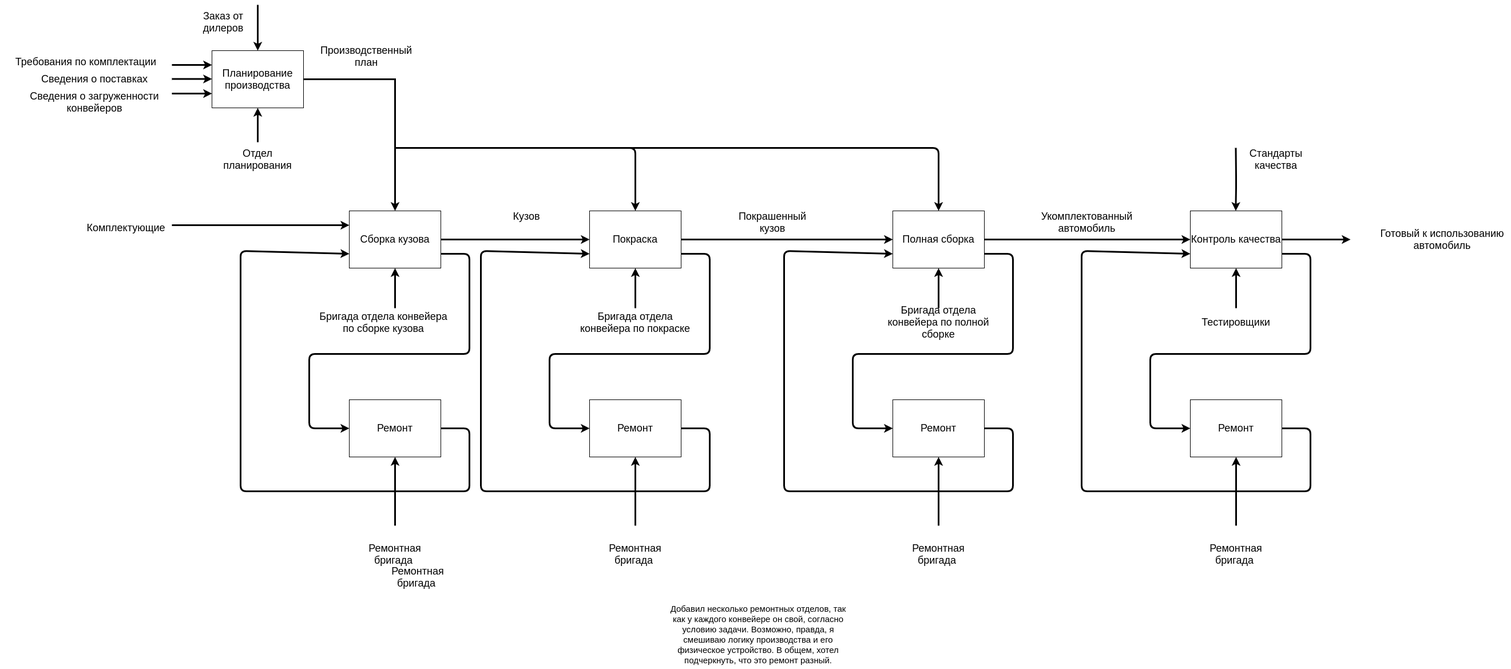
Above: CarFactoryDiagrams/CarFactoryFirstLevelDiagram.png in DimaOrekhov/SoftwareDesignITMO2020 (draw.io), before the change. Source tidied: cells renumbered, new cells last; positions are measured from the earlier drawing's top-left corner, leaving out a move shared by most shapes.
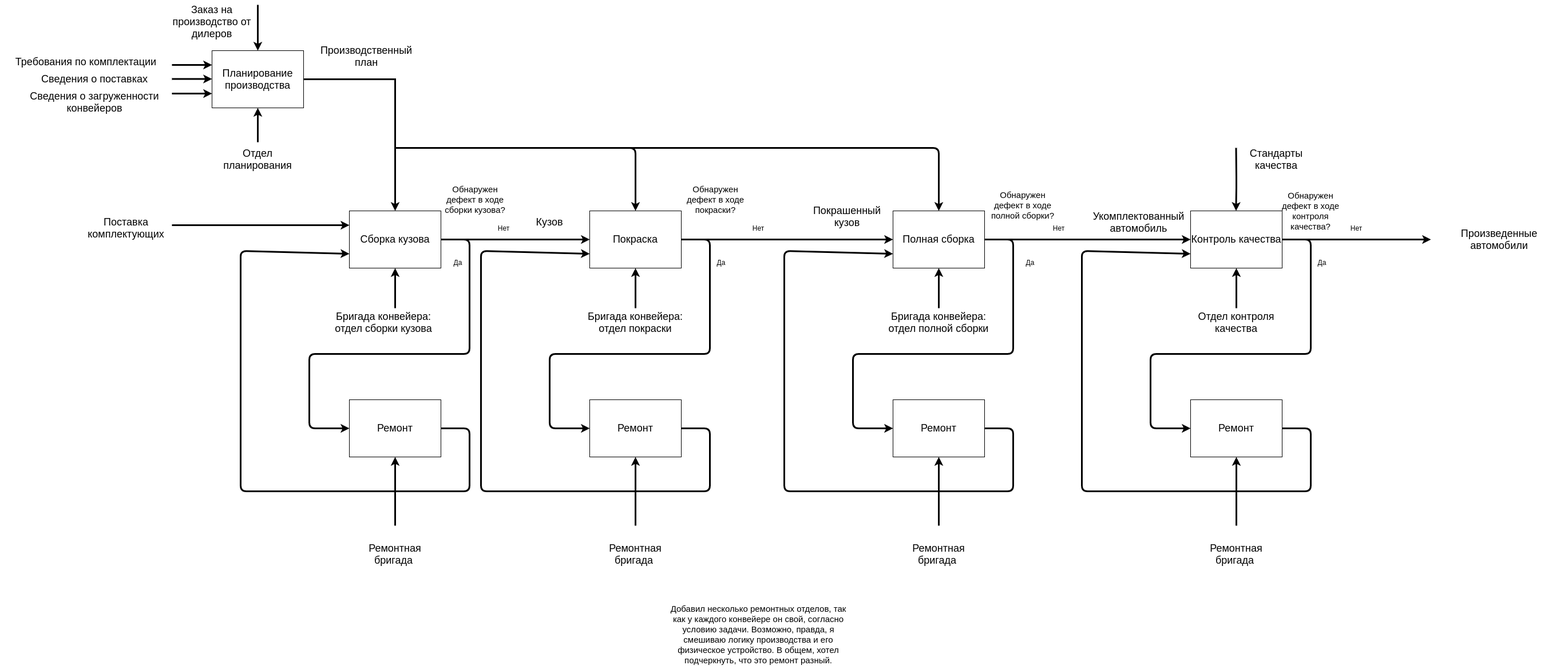
After the commit.

Diff of the diagram source:
```diff
@@ -13,8 +13,8 @@
         <mxPoint x="450" as="sourcePoint" />
       </mxGeometry>
     </mxCell>
-    <mxCell id="5" value="&lt;font style=&quot;font-size: 18px&quot;&gt;Заказ от дилеров&lt;/font&gt;" style="text;html=1;strokeColor=none;fillColor=none;align=center;verticalAlign=middle;whiteSpace=wrap;rounded=0;" parent="1" vertex="1">
-      <mxGeometry x="370" y="20" width="40" height="20" as="geometry" />
+    <mxCell id="5" value="&lt;font style=&quot;font-size: 18px&quot;&gt;Заказ на производство от дилеров&lt;/font&gt;" style="text;html=1;strokeColor=none;fillColor=none;align=center;verticalAlign=middle;whiteSpace=wrap;rounded=0;" parent="1" vertex="1">
+      <mxGeometry x="300" y="20" width="140" height="20" as="geometry" />
     </mxCell>
     <mxCell id="6" style="endArrow=classic;html=1;strokeWidth=3;entryX=0;entryY=0.25;entryDx=0;entryDy=0;" parent="1" edge="1" target="3">
       <mxGeometry relative="1" as="geometry">
@@ -45,10 +45,8 @@
     <mxCell id="14" value="&lt;span style=&quot;font-size: 18px&quot;&gt;Полная сборка&lt;/span&gt;" style="rounded=0;whiteSpace=wrap;html=1;" parent="1" vertex="1">
       <mxGeometry x="1560" y="360" width="160" height="100" as="geometry" />
     </mxCell>
-    <mxCell id="15" style="edgeStyle=orthogonalEdgeStyle;rounded=0;jettySize=auto;html=1;strokeWidth=3;" parent="1" edge="1" source="16">
-      <mxGeometry relative="1" as="geometry">
-        <mxPoint x="2360" y="410" as="targetPoint" />
-      </mxGeometry>
+    <mxCell id="15" style="edgeStyle=orthogonalEdgeStyle;rounded=0;jettySize=auto;html=1;strokeWidth=3;" parent="1" edge="1" source="16" target="30">
+      <mxGeometry relative="1" as="geometry" />
     </mxCell>
     <mxCell id="16" value="&lt;span style=&quot;font-size: 18px&quot;&gt;Контроль качества&lt;/span&gt;" style="rounded=0;whiteSpace=wrap;html=1;" parent="1" vertex="1">
       <mxGeometry x="2080" y="360" width="160" height="100" as="geometry" />
@@ -75,7 +73,7 @@
         <mxPoint x="300" y="385" as="sourcePoint" />
       </mxGeometry>
     </mxCell>
-    <mxCell id="22" value="&lt;font style=&quot;font-size: 18px&quot;&gt;Комплектующие&lt;/font&gt;" style="text;html=1;strokeColor=none;fillColor=none;align=center;verticalAlign=middle;whiteSpace=wrap;rounded=0;" parent="1" vertex="1">
+    <mxCell id="22" value="&lt;font style=&quot;font-size: 18px&quot;&gt;Поставка комплектующих&lt;/font&gt;" style="text;html=1;strokeColor=none;fillColor=none;align=center;verticalAlign=middle;whiteSpace=wrap;rounded=0;" parent="1" vertex="1">
       <mxGeometry x="200" y="380" width="40" height="20" as="geometry" />
     </mxCell>
     <mxCell id="23" value="&lt;font style=&quot;font-size: 18px&quot;&gt;Сведения о поставках&lt;/font&gt;" style="text;html=1;strokeColor=none;fillColor=none;align=center;verticalAlign=middle;whiteSpace=wrap;rounded=0;" parent="1" vertex="1">
@@ -93,7 +91,7 @@
       <mxGeometry x="30" y="160" width="270" height="20" as="geometry" />
     </mxCell>
     <mxCell id="27" value="&lt;font style=&quot;font-size: 18px&quot;&gt;Кузов&lt;/font&gt;" style="text;html=1;strokeColor=none;fillColor=none;align=center;verticalAlign=middle;whiteSpace=wrap;rounded=0;" parent="1" vertex="1">
-      <mxGeometry x="900" y="360" width="40" height="20" as="geometry" />
+      <mxGeometry x="940" y="370" width="40" height="20" as="geometry" />
     </mxCell>
     <mxCell id="28" style="endArrow=classic;html=1;strokeWidth=3;" parent="1" edge="1">
       <mxGeometry relative="1" as="geometry">
@@ -107,16 +105,16 @@
     <mxCell id="29" value="&lt;font style=&quot;font-size: 18px&quot;&gt;Стандарты качества&lt;/font&gt;" style="text;html=1;strokeColor=none;fillColor=none;align=center;verticalAlign=middle;whiteSpace=wrap;rounded=0;" parent="1" vertex="1">
       <mxGeometry x="2210" y="260" width="40" height="20" as="geometry" />
     </mxCell>
-    <mxCell id="30" value="&lt;font style=&quot;font-size: 18px&quot;&gt;Готовый к использованию автомобиль&lt;/font&gt;" style="text;html=1;strokeColor=none;fillColor=none;align=center;verticalAlign=middle;whiteSpace=wrap;rounded=0;" parent="1" vertex="1">
-      <mxGeometry x="2401" y="400" width="239" height="20" as="geometry" />
+    <mxCell id="30" value="&lt;font style=&quot;font-size: 18px&quot;&gt;Произведенные автомобили&lt;/font&gt;" style="text;html=1;strokeColor=none;fillColor=none;align=center;verticalAlign=middle;whiteSpace=wrap;rounded=0;" parent="1" vertex="1">
+      <mxGeometry x="2500" y="400" width="239" height="20" as="geometry" />
     </mxCell>
     <mxCell id="31" value="&lt;font style=&quot;font-size: 18px&quot;&gt;Покрашенный кузов&lt;/font&gt;" style="text;html=1;strokeColor=none;fillColor=none;align=center;verticalAlign=middle;whiteSpace=wrap;rounded=0;" parent="1" vertex="1">
-      <mxGeometry x="1330" y="370" width="40" height="20" as="geometry" />
+      <mxGeometry x="1460" y="360" width="40" height="20" as="geometry" />
     </mxCell>
-    <mxCell id="32" style="endArrow=classic;html=1;strokeWidth=3;exitX=1;exitY=0.75;exitDx=0;exitDy=0;entryX=0;entryY=0.5;entryDx=0;entryDy=0;" parent="1" edge="1" source="9" target="10">
+    <mxCell id="32" style="endArrow=classic;html=1;strokeWidth=3;exitX=1;exitY=0.5;exitDx=0;exitDy=0;entryX=0;entryY=0.5;entryDx=0;entryDy=0;" parent="1" edge="1" source="9" target="10">
       <mxGeometry relative="1" as="geometry">
         <Array as="points">
-          <mxPoint x="820" y="435" />
+          <mxPoint x="820" y="410" />
           <mxPoint x="820" y="610" />
           <mxPoint x="700" y="610" />
           <mxPoint x="540" y="610" />
@@ -147,17 +145,16 @@
         <mxPoint x="690" y="530" as="sourcePoint" />
       </mxGeometry>
     </mxCell>
-    <mxCell id="37" value="&lt;font style=&quot;font-size: 18px&quot;&gt;Бригада отдела конвейера по сборке кузова&lt;/font&gt;" style="text;html=1;strokeColor=none;fillColor=none;align=center;verticalAlign=middle;whiteSpace=wrap;rounded=0;" parent="1" vertex="1">
+    <mxCell id="37" value="&lt;font style=&quot;font-size: 18px&quot;&gt;Бригада конвейера:&lt;br&gt;отдел сборки кузова&lt;/font&gt;" style="text;html=1;strokeColor=none;fillColor=none;align=center;verticalAlign=middle;whiteSpace=wrap;rounded=0;" parent="1" vertex="1">
       <mxGeometry x="550" y="545" width="240" height="20" as="geometry" />
     </mxCell>
     <mxCell id="38" value="&lt;span style=&quot;font-size: 18px&quot;&gt;Ремонт&lt;/span&gt;" style="rounded=0;whiteSpace=wrap;html=1;" parent="1" vertex="1">
       <mxGeometry x="1030" y="690" width="160" height="100" as="geometry" />
     </mxCell>
-    <mxCell id="39" style="endArrow=classic;html=1;strokeWidth=3;exitX=1;exitY=0.75;exitDx=0;exitDy=0;entryX=0;entryY=0.5;entryDx=0;entryDy=0;" parent="1" edge="1" target="38">
+    <mxCell id="39" style="endArrow=classic;html=1;strokeWidth=3;exitX=1;exitY=0.5;exitDx=0;exitDy=0;entryX=0;entryY=0.5;entryDx=0;entryDy=0;" parent="1" edge="1" source="12" target="38">
       <mxGeometry relative="1" as="geometry">
-        <mxPoint x="1190" y="435" as="sourcePoint" />
         <Array as="points">
-          <mxPoint x="1240" y="435" />
+          <mxPoint x="1240" y="410" />
           <mxPoint x="1240" y="610" />
           <mxPoint x="1120" y="610" />
           <mxPoint x="960" y="610" />
@@ -190,17 +187,16 @@
         <mxPoint x="1110" y="460" as="targetPoint" />
       </mxGeometry>
     </mxCell>
-    <mxCell id="44" value="&lt;font style=&quot;font-size: 18px&quot;&gt;Бригада отдела конвейера по покраске&lt;/font&gt;" style="text;html=1;strokeColor=none;fillColor=none;align=center;verticalAlign=middle;whiteSpace=wrap;rounded=0;" parent="1" vertex="1">
+    <mxCell id="44" value="&lt;font style=&quot;font-size: 18px&quot;&gt;Бригада конвейера:&lt;br&gt;отдел покраски&lt;/font&gt;" style="text;html=1;strokeColor=none;fillColor=none;align=center;verticalAlign=middle;whiteSpace=wrap;rounded=0;" parent="1" vertex="1">
       <mxGeometry x="1010" y="545" width="200" height="20" as="geometry" />
     </mxCell>
     <mxCell id="45" value="&lt;span style=&quot;font-size: 18px&quot;&gt;Ремонт&lt;/span&gt;" style="rounded=0;whiteSpace=wrap;html=1;" parent="1" vertex="1">
       <mxGeometry x="1560" y="690" width="160" height="100" as="geometry" />
     </mxCell>
-    <mxCell id="46" style="endArrow=classic;html=1;strokeWidth=3;exitX=1;exitY=0.75;exitDx=0;exitDy=0;entryX=0;entryY=0.5;entryDx=0;entryDy=0;" parent="1" edge="1" target="45">
+    <mxCell id="46" style="endArrow=classic;html=1;strokeWidth=3;exitX=1;exitY=0.5;exitDx=0;exitDy=0;entryX=0;entryY=0.5;entryDx=0;entryDy=0;" parent="1" edge="1" source="14" target="45">
       <mxGeometry relative="1" as="geometry">
-        <mxPoint x="1720" y="435" as="sourcePoint" />
         <Array as="points">
-          <mxPoint x="1770" y="435" />
+          <mxPoint x="1770" y="410" />
           <mxPoint x="1770" y="610" />
           <mxPoint x="1650" y="610" />
           <mxPoint x="1490" y="610" />
@@ -233,20 +229,16 @@
         <mxPoint x="1640" y="460" as="targetPoint" />
       </mxGeometry>
     </mxCell>
-    <mxCell id="51" value="&lt;font style=&quot;font-size: 18px&quot;&gt;Бригада отдела конвейера по полной сборке&lt;/font&gt;" style="text;html=1;strokeColor=none;fillColor=none;align=center;verticalAlign=middle;whiteSpace=wrap;rounded=0;" parent="1" vertex="1">
+    <mxCell id="51" value="&lt;font style=&quot;font-size: 18px&quot;&gt;Бригада конвейера: отдел полной сборки&lt;/font&gt;" style="text;html=1;strokeColor=none;fillColor=none;align=center;verticalAlign=middle;whiteSpace=wrap;rounded=0;" parent="1" vertex="1">
       <mxGeometry x="1540" y="545" width="200" height="20" as="geometry" />
     </mxCell>
-    <mxCell id="52" value="&lt;font style=&quot;font-size: 18px&quot;&gt;Ремонтная бригада&amp;nbsp;&lt;/font&gt;" style="text;html=1;strokeColor=none;fillColor=none;align=center;verticalAlign=middle;whiteSpace=wrap;rounded=0;" parent="1" vertex="1">
-      <mxGeometry x="710" y="990" width="40" height="20" as="geometry" />
-    </mxCell>
     <mxCell id="53" value="&lt;span style=&quot;font-size: 18px&quot;&gt;Ремонт&lt;/span&gt;" style="rounded=0;whiteSpace=wrap;html=1;" parent="1" vertex="1">
       <mxGeometry x="2080" y="690" width="160" height="100" as="geometry" />
     </mxCell>
-    <mxCell id="54" style="endArrow=classic;html=1;strokeWidth=3;exitX=1;exitY=0.75;exitDx=0;exitDy=0;entryX=0;entryY=0.5;entryDx=0;entryDy=0;" parent="1" edge="1" target="53">
+    <mxCell id="54" style="endArrow=classic;html=1;strokeWidth=3;exitX=1;exitY=0.5;exitDx=0;exitDy=0;entryX=0;entryY=0.5;entryDx=0;entryDy=0;" parent="1" edge="1" source="16" target="53">
       <mxGeometry relative="1" as="geometry">
-        <mxPoint x="2240" y="435" as="sourcePoint" />
         <Array as="points">
-          <mxPoint x="2290" y="435" />
+          <mxPoint x="2290" y="410" />
           <mxPoint x="2290" y="610" />
           <mxPoint x="2170" y="610" />
           <mxPoint x="2010" y="610" />
@@ -279,11 +271,11 @@
         <mxPoint x="2160" y="460" as="targetPoint" />
       </mxGeometry>
     </mxCell>
-    <mxCell id="59" value="&lt;font style=&quot;font-size: 18px&quot;&gt;Тестировщики&lt;br&gt;&lt;/font&gt;" style="text;html=1;strokeColor=none;fillColor=none;align=center;verticalAlign=middle;whiteSpace=wrap;rounded=0;" parent="1" vertex="1">
+    <mxCell id="59" value="&lt;font style=&quot;font-size: 18px&quot;&gt;Отдел контроля качества&lt;br&gt;&lt;/font&gt;" style="text;html=1;strokeColor=none;fillColor=none;align=center;verticalAlign=middle;whiteSpace=wrap;rounded=0;" parent="1" vertex="1">
       <mxGeometry x="2060" y="545" width="200" height="20" as="geometry" />
     </mxCell>
     <mxCell id="60" value="&lt;font style=&quot;font-size: 18px&quot;&gt;Укомплектованный автомобиль&lt;/font&gt;" style="text;html=1;strokeColor=none;fillColor=none;align=center;verticalAlign=middle;whiteSpace=wrap;rounded=0;" parent="1" vertex="1">
-      <mxGeometry x="1780" y="370" width="239" height="20" as="geometry" />
+      <mxGeometry x="1870" y="370" width="239" height="20" as="geometry" />
     </mxCell>
     <mxCell id="61" value="&lt;font style=&quot;font-size: 15px&quot;&gt;Добавил несколько ремонтных отделов, так как у каждого конвейере он свой, согласно условию задачи. Возможно, правда, я смешиваю логику производства и его физическое устройство. В общем, хотел подчеркнуть, что это ремонт разный.&lt;/font&gt;" style="text;html=1;strokeColor=none;fillColor=none;align=center;verticalAlign=middle;whiteSpace=wrap;rounded=0;" parent="1" vertex="1">
       <mxGeometry x="1170" y="1040" width="310" height="120" as="geometry" />
@@ -304,5 +296,41 @@
         </Array>
       </mxGeometry>
     </mxCell>
+    <mxCell id="64" value="&lt;font style=&quot;font-size: 15px&quot;&gt;Обнаружен дефект в ходе покраски?&lt;/font&gt;" style="text;html=1;strokeColor=none;fillColor=none;align=center;verticalAlign=middle;whiteSpace=wrap;rounded=0;" parent="1" vertex="1">
+      <mxGeometry x="1190" y="330" width="120" height="20" as="geometry" />
+    </mxCell>
+    <mxCell id="65" value="Нет" style="text;html=1;strokeColor=none;fillColor=none;align=center;verticalAlign=middle;whiteSpace=wrap;rounded=0;" parent="1" vertex="1">
+      <mxGeometry x="1305" y="380" width="40" height="20" as="geometry" />
+    </mxCell>
+    <mxCell id="66" value="Да&lt;br&gt;" style="text;html=1;strokeColor=none;fillColor=none;align=center;verticalAlign=middle;whiteSpace=wrap;rounded=0;" parent="1" vertex="1">
+      <mxGeometry x="1240" y="440" width="40" height="20" as="geometry" />
+    </mxCell>
+    <mxCell id="67" value="&lt;font style=&quot;font-size: 15px&quot;&gt;Обнаружен дефект в ходе сборки кузова?&lt;/font&gt;" style="text;html=1;strokeColor=none;fillColor=none;align=center;verticalAlign=middle;whiteSpace=wrap;rounded=0;" parent="1" vertex="1">
+      <mxGeometry x="770" y="330" width="120" height="20" as="geometry" />
+    </mxCell>
+    <mxCell id="68" value="Нет" style="text;html=1;strokeColor=none;fillColor=none;align=center;verticalAlign=middle;whiteSpace=wrap;rounded=0;" parent="1" vertex="1">
+      <mxGeometry x="860" y="380" width="40" height="20" as="geometry" />
+    </mxCell>
+    <mxCell id="69" value="Да&lt;br&gt;" style="text;html=1;strokeColor=none;fillColor=none;align=center;verticalAlign=middle;whiteSpace=wrap;rounded=0;" parent="1" vertex="1">
+      <mxGeometry x="780" y="440" width="40" height="20" as="geometry" />
+    </mxCell>
+    <mxCell id="70" value="&lt;font style=&quot;font-size: 15px&quot;&gt;Обнаружен дефект в ходе полной сборки?&lt;/font&gt;" style="text;html=1;strokeColor=none;fillColor=none;align=center;verticalAlign=middle;whiteSpace=wrap;rounded=0;" parent="1" vertex="1">
+      <mxGeometry x="1727" y="340" width="120" height="20" as="geometry" />
+    </mxCell>
+    <mxCell id="71" value="Нет" style="text;html=1;strokeColor=none;fillColor=none;align=center;verticalAlign=middle;whiteSpace=wrap;rounded=0;" parent="1" vertex="1">
+      <mxGeometry x="1830" y="380" width="40" height="20" as="geometry" />
+    </mxCell>
+    <mxCell id="72" value="Да&lt;br&gt;" style="text;html=1;strokeColor=none;fillColor=none;align=center;verticalAlign=middle;whiteSpace=wrap;rounded=0;" parent="1" vertex="1">
+      <mxGeometry x="1780" y="440" width="40" height="20" as="geometry" />
+    </mxCell>
+    <mxCell id="73" value="&lt;font style=&quot;font-size: 15px&quot;&gt;Обнаружен дефект в ходе контроля качества?&lt;/font&gt;" style="text;html=1;strokeColor=none;fillColor=none;align=center;verticalAlign=middle;whiteSpace=wrap;rounded=0;" parent="1" vertex="1">
+      <mxGeometry x="2230" y="350" width="120" height="20" as="geometry" />
+    </mxCell>
+    <mxCell id="74" value="Нет" style="text;html=1;strokeColor=none;fillColor=none;align=center;verticalAlign=middle;whiteSpace=wrap;rounded=0;" parent="1" vertex="1">
+      <mxGeometry x="2350" y="380" width="40" height="20" as="geometry" />
+    </mxCell>
+    <mxCell id="75" value="Да&lt;br&gt;" style="text;html=1;strokeColor=none;fillColor=none;align=center;verticalAlign=middle;whiteSpace=wrap;rounded=0;" parent="1" vertex="1">
+      <mxGeometry x="2290" y="440" width="40" height="20" as="geometry" />
+    </mxCell>
   </root>
 </mxGraphModel>
```
